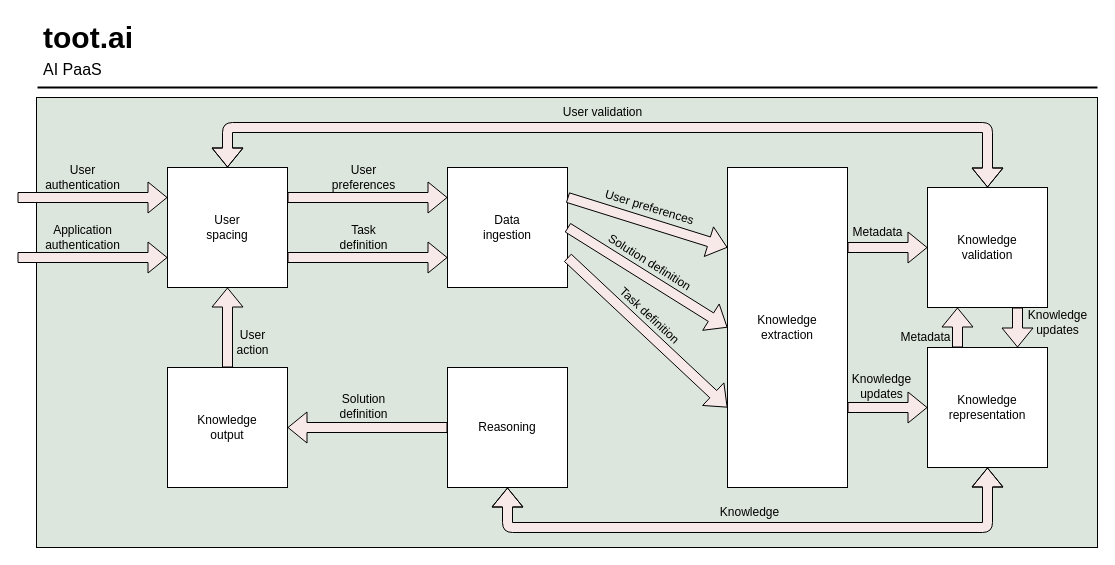
This is Project/Sessions/Graphs/toot.ai.modules.drawio from ottomattas/INFOIE, a draw.io file, before an edit. Source tidied: cells renumbered, new cells numbered last; positions are measured from the earlier drawing's top-left corner, leaving out a move shared by most shapes. Both pictures are drawn from the tidied source at 100%, with x=0, y=0 at pixel (17, 17).
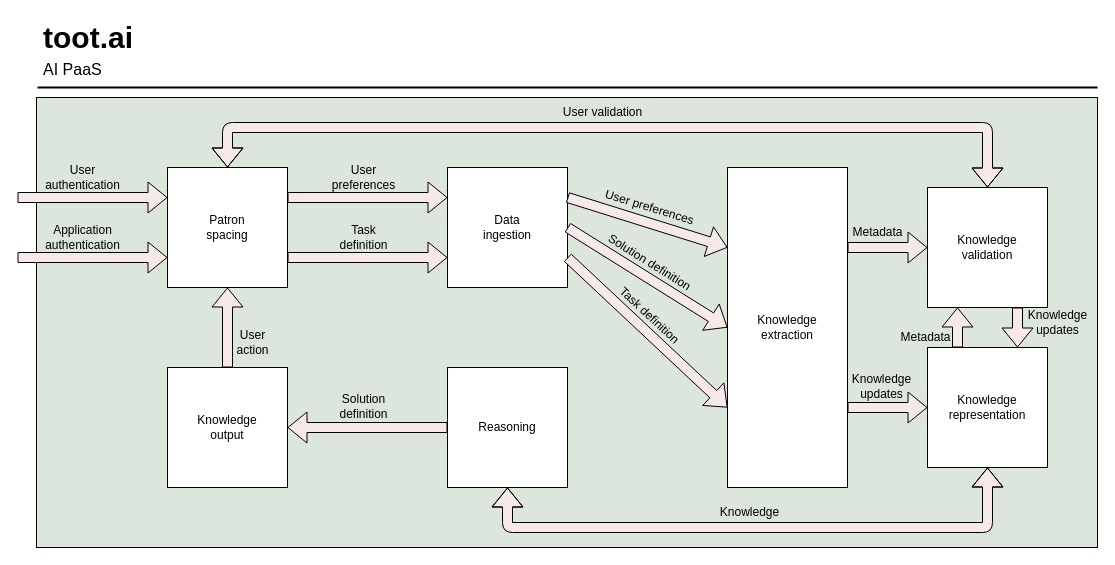
The same diagram, later.

Commit message (it also covers changes not shown here):
Upload first module name to include word PATRON

Diff of the diagram source:
```diff
@@
-    <mxCell id="7" value="User&lt;br&gt;spacing" style="whiteSpace=wrap;html=1;labelBackgroundColor=#ffffff;" parent="6" vertex="1">
+    <mxCell id="7" value="Patron&lt;br&gt;spacing" style="whiteSpace=wrap;html=1;labelBackgroundColor=#ffffff;" parent="6" vertex="1">
       <mxGeometry x="150" y="150" width="120" height="120" as="geometry" />
     </mxCell>
```
